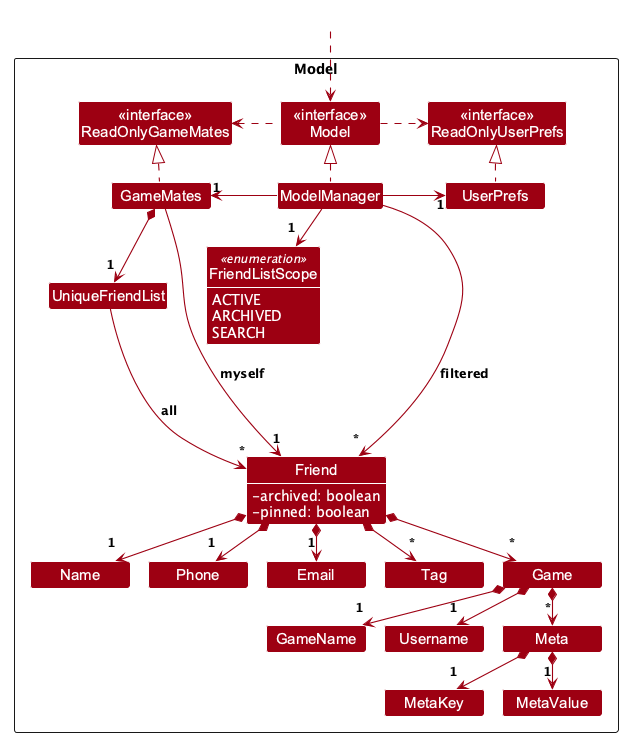
Earlier version of the PlantUML export pr-preview/pr-192/images/ModelClassDiagram.png (AY2627S1-CS2103T-W14-3/tp). Source of this version:
```plantuml
@startuml
!pragma layout smetana
!include style.puml
skinparam arrowThickness 1.1
skinparam arrowColor MODEL_COLOR
skinparam classBackgroundColor MODEL_COLOR
skinparam minClassWidth 100
skinparam nodesep 30
skinparam ranksep 50
skinparam classAttributeIconSize 0
skinparam classAttributeFontColor #FFFFFF

Package Model as ModelPackage <<Rectangle>>{
Class "<<interface>>\nReadOnlyGameMates" as ReadOnlyGameMates
Class "<<interface>>\nReadOnlyUserPrefs" as ReadOnlyUserPrefs
Class "<<interface>>\nModel" as Model
Class GameMates
Class ModelManager
enum FriendListScope <<enumeration>> {
    ACTIVE
    ARCHIVED
    SEARCH
}
Class UserPrefs

Class UniqueFriendList
Class Friend {
    -archived: boolean
    -pinned: boolean
}
Class Email
Class Name
Class Phone
Class Tag
Class Game
Class GameName
Class Username
Class Meta
Class MetaKey
Class MetaValue

Class I #FFFFFF
}

Class HiddenOutside #FFFFFF
HiddenOutside ..> Model

show Friend attributes
show FriendListScope members
hide FriendListScope methods

GameMates .up.|> ReadOnlyGameMates

ModelManager .up.|> Model
Model .right.> ReadOnlyUserPrefs : <color:#FFFFFF>____</color>
Model .left.> ReadOnlyGameMates : <color:#FFFFFF>____</color>
ModelManager -left-> "1" GameMates : <color:#FFFFFF>______</color>
ModelManager -right-> "1" UserPrefs : <color:#FFFFFF>______</color>
ModelManager --> "1\n<size:6> </size>" FriendListScope
UserPrefs .up.|> ReadOnlyUserPrefs

GameMates *--> "1\n<size:6> </size>" UniqueFriendList
UniqueFriendList --> "*\n<size:6> </size>" Friend : all
GameMates --> "1\n<size:6> </size>" Friend : myself
Friend *--> "1\n<size:6> </size>" Name
Friend *--> "1\n<size:6> </size>" Phone
Friend *--> "1\n<size:6> </size>" Email
Friend *--> "*\n<size:6> </size>" Tag
Friend *--> "*\n<size:6> </size>" Game
Game *--> "1\n<size:6> </size>" GameName
Game *--> "1\n<size:6> </size>" Username
Game *--> "*\n<size:6> </size>" Meta
Meta *--> "1\n<size:6> </size>" MetaKey
Meta *--> "1\n<size:6> </size>" MetaValue

Friend -[hidden]up--> I
UniqueFriendList -[hidden]right-> I

Name -[hidden]right-> Phone
Phone -[hidden]right-> Email

ModelManager --> "*\n<size:6> </size>" Friend : filtered
@enduml
```
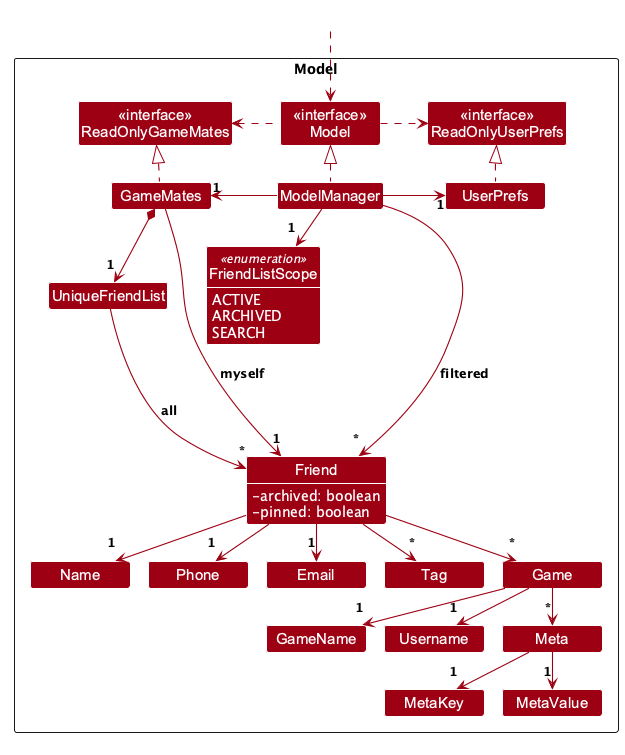
Above is the later version.

Change to the diagram source:
```diff
@@ -62,16 +62,16 @@
 GameMates *--> "1\n<size:6> </size>" UniqueFriendList
 UniqueFriendList --> "*\n<size:6> </size>" Friend : all
 GameMates --> "1\n<size:6> </size>" Friend : myself
-Friend *--> "1\n<size:6> </size>" Name
-Friend *--> "1\n<size:6> </size>" Phone
-Friend *--> "1\n<size:6> </size>" Email
-Friend *--> "*\n<size:6> </size>" Tag
-Friend *--> "*\n<size:6> </size>" Game
-Game *--> "1\n<size:6> </size>" GameName
-Game *--> "1\n<size:6> </size>" Username
-Game *--> "*\n<size:6> </size>" Meta
-Meta *--> "1\n<size:6> </size>" MetaKey
-Meta *--> "1\n<size:6> </size>" MetaValue
+Friend --> "1\n<size:6> </size>" Name
+Friend --> "1\n<size:6> </size>" Phone
+Friend --> "1\n<size:6> </size>" Email
+Friend --> "*\n<size:6> </size>" Tag
+Friend --> "*\n<size:6> </size>" Game
+Game --> "1\n<size:6> </size>" GameName
+Game --> "1\n<size:6> </size>" Username
+Game --> "*\n<size:6> </size>" Meta
+Meta --> "1\n<size:6> </size>" MetaKey
+Meta --> "1\n<size:6> </size>" MetaValue
 
 Friend -[hidden]up--> I
 UniqueFriendList -[hidden]right-> I
```
